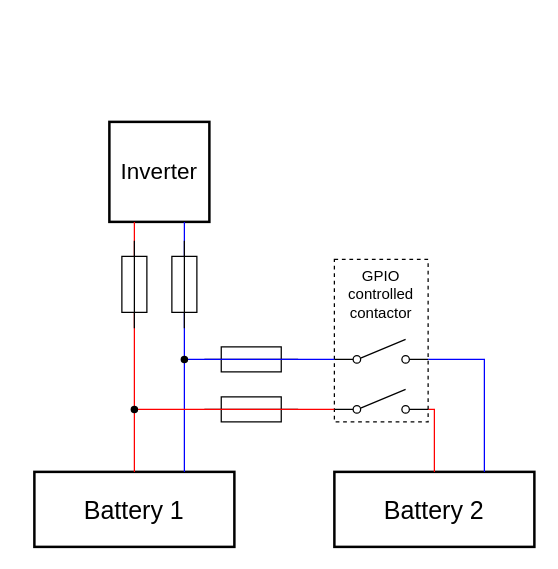
Earlier version of the draw.io diagram be_battery_2x.drawio (nagyrobi/files). Source tidied: cells renumbered, new cells numbered last; positions are measured from the earlier drawing's top-left corner, leaving out a move shared by most shapes. Both pictures are drawn from the tidied source at 125%, with x=0, y=0 at pixel (34, 121).
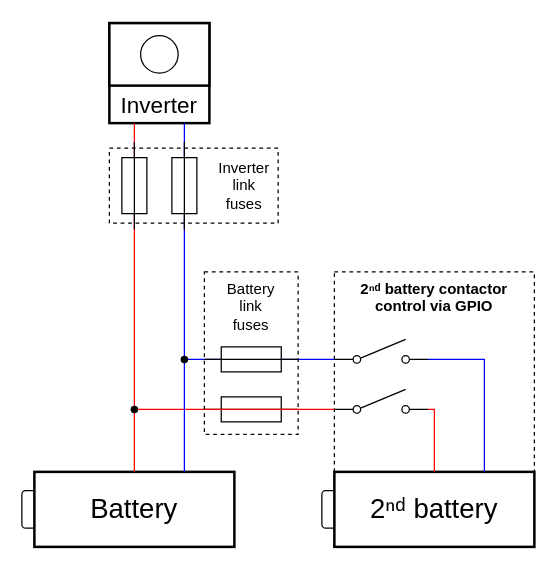
Above is the later version.

Change to the diagram source:
```diff
@@
+    <mxCell id="17" value="2ⁿᵈ battery contactor control via GPIO" style="rounded=0;whiteSpace=wrap;html=1;fillColor=none;verticalAlign=top;dashed=1;fontStyle=1;fontFamily=Helvetica;" parent="1" vertex="1">
+      <mxGeometry x="240" y="120" width="160" height="220" as="geometry" />
+    </mxCell>
+    <mxCell id="22" style="rounded=1;whiteSpace=wrap;html=1;fontFamily=Helvetica;" parent="1" vertex="1">
+      <mxGeometry x="230" y="295" width="20" height="30" as="geometry" />
+    </mxCell>
+    <mxCell id="23" style="rounded=1;whiteSpace=wrap;html=1;fontFamily=Helvetica;" parent="1" vertex="1">
+      <mxGeometry x="-10" y="295" width="20" height="30" as="geometry" />
+    </mxCell>
-    <mxCell id="2" value="Inverter" style="whiteSpace=wrap;html=1;strokeWidth=2;fontSize=18;" parent="1" vertex="1">
-      <mxGeometry x="60" width="80" height="80" as="geometry" />
+    <mxCell id="2" value="Inverter" style="whiteSpace=wrap;html=1;strokeWidth=2;fontSize=18;verticalAlign=bottom;fontFamily=Helvetica;" parent="1" vertex="1">
+      <mxGeometry x="60" y="-79" width="80" height="80" as="geometry" />
     </mxCell>
-    <mxCell id="3" value="Battery 1" style="rounded=0;whiteSpace=wrap;html=1;strokeWidth=2;fontSize=20;" parent="1" vertex="1">
+    <mxCell id="3" value="Battery" style="rounded=0;whiteSpace=wrap;html=1;strokeWidth=2;fontSize=22;fontFamily=Helvetica;" parent="1" vertex="1">
       <mxGeometry y="280" width="160" height="60" as="geometry" />
     </mxCell>
-    <mxCell id="4" value="Battery 2" style="rounded=0;whiteSpace=wrap;html=1;strokeWidth=2;fontSize=20;" parent="1" vertex="1">
+    <mxCell id="4" value="2ⁿᵈ battery" style="rounded=0;whiteSpace=wrap;html=1;strokeWidth=2;fontSize=22;fontFamily=Helvetica;" parent="1" vertex="1">
       <mxGeometry x="240" y="280" width="160" height="60" as="geometry" />
     </mxCell>
-    <mxCell id="5" style="endArrow=none;html=1;rounded=0;entryX=0.25;entryY=1;entryDx=0;entryDy=0;exitX=0.5;exitY=0;exitDx=0;exitDy=0;edgeStyle=orthogonalEdgeStyle;strokeColor=light-dark(#FF0000,#5E5C64);" parent="1" edge="1" source="3" target="2">
+    <mxCell id="5" style="endArrow=none;html=1;rounded=0;entryX=0.25;entryY=1;entryDx=0;entryDy=0;exitX=0.5;exitY=0;exitDx=0;exitDy=0;edgeStyle=orthogonalEdgeStyle;strokeColor=light-dark(#FF0000,#5E5C64);fontFamily=Helvetica;" parent="1" edge="1" source="3" target="2">
       <mxGeometry relative="1" as="geometry" />
     </mxCell>
-    <mxCell id="6" style="endArrow=none;html=1;rounded=0;entryX=0.75;entryY=1;entryDx=0;entryDy=0;exitX=0.75;exitY=0;exitDx=0;exitDy=0;strokeColor=#0000FF;" parent="1" edge="1" source="3" target="2">
+    <mxCell id="6" style="endArrow=none;html=1;rounded=0;entryX=0.75;entryY=1;entryDx=0;entryDy=0;exitDx=0;exitDy=0;strokeColor=#0000FF;fontFamily=Helvetica;" parent="1" edge="1" source="27" target="2">
       <mxGeometry relative="1" as="geometry" />
     </mxCell>
-    <mxCell id="7" style="endArrow=none;html=1;rounded=0;exitDx=0;exitDy=0;edgeStyle=orthogonalEdgeStyle;strokeColor=#0000FF;" parent="1" edge="1" source="21">
+    <mxCell id="7" style="endArrow=none;html=1;rounded=0;exitX=0;exitY=0.8;exitDx=0;exitDy=0;edgeStyle=orthogonalEdgeStyle;strokeColor=#0000FF;fontFamily=Helvetica;" parent="1" edge="1" source="10">
       <mxGeometry relative="1" as="geometry">
         <mxPoint x="120" y="190" as="targetPoint" />
       </mxGeometry>
     </mxCell>
-    <mxCell id="8" style="endArrow=none;html=1;rounded=0;exitDx=0;exitDy=0;edgeStyle=orthogonalEdgeStyle;strokeColor=#FF0000;" parent="1" edge="1" source="19">
+    <mxCell id="8" style="endArrow=none;html=1;rounded=0;exitDx=0;exitDy=0;edgeStyle=orthogonalEdgeStyle;strokeColor=#FF0000;fontFamily=Helvetica;" parent="1" edge="1" source="25">
       <mxGeometry relative="1" as="geometry">
         <mxPoint x="80" y="230" as="targetPoint" />
       </mxGeometry>
     </mxCell>
-    <mxCell id="9" style="html=1;shape=mxgraph.electrical.electro-mechanical.singleSwitch;elSwitchState=off;" parent="1" vertex="1">
+    <mxCell id="9" style="html=1;shape=mxgraph.electrical.electro-mechanical.singleSwitch;elSwitchState=off;fontFamily=Helvetica;" parent="1" vertex="1">
       <mxGeometry x="240" y="214" width="75" height="20" as="geometry" />
     </mxCell>
-    <mxCell id="10" style="html=1;shape=mxgraph.electrical.electro-mechanical.singleSwitch;elSwitchState=off;" parent="1" vertex="1">
+    <mxCell id="10" style="html=1;shape=mxgraph.electrical.electro-mechanical.singleSwitch;elSwitchState=off;fontFamily=Helvetica;" parent="1" vertex="1">
       <mxGeometry x="240" y="174" width="75" height="20" as="geometry" />
     </mxCell>
-    <mxCell id="11" style="endArrow=none;html=1;rounded=0;entryX=0.5;entryY=0;entryDx=0;entryDy=0;edgeStyle=orthogonalEdgeStyle;strokeColor=#FF0000;exitX=1;exitY=0.8;exitDx=0;exitDy=0;" parent="1" edge="1" source="9" target="4">
+    <mxCell id="11" style="endArrow=none;html=1;rounded=0;entryX=0.5;entryY=0;entryDx=0;entryDy=0;edgeStyle=orthogonalEdgeStyle;strokeColor=#FF0000;exitX=1;exitY=0.8;exitDx=0;exitDy=0;fontFamily=Helvetica;" parent="1" edge="1" source="9" target="4">
       <mxGeometry relative="1" as="geometry">
         <Array as="points">
           <mxPoint x="320" y="230" />
         </Array>
       </mxGeometry>
     </mxCell>
-    <mxCell id="12" style="endArrow=none;html=1;rounded=0;entryX=1;entryY=0.8;entryDx=0;entryDy=0;exitX=0.75;exitY=0;exitDx=0;exitDy=0;edgeStyle=orthogonalEdgeStyle;strokeColor=#0000FF;" parent="1" edge="1" source="4" target="10">
+    <mxCell id="12" style="endArrow=none;html=1;rounded=0;entryX=1;entryY=0.8;entryDx=0;entryDy=0;exitX=0.75;exitY=0;exitDx=0;exitDy=0;edgeStyle=orthogonalEdgeStyle;strokeColor=#0000FF;fontFamily=Helvetica;" parent="1" edge="1" source="4" target="10">
       <mxGeometry relative="1" as="geometry" />
     </mxCell>
-    <mxCell id="13" style="verticalLabelPosition=bottom;shadow=0;dashed=0;align=center;html=1;verticalAlign=top;shape=mxgraph.electrical.miscellaneous.fuse_2;" parent="1" vertex="1">
+    <mxCell id="13" style="verticalLabelPosition=bottom;shadow=0;dashed=0;align=center;html=1;verticalAlign=top;shape=mxgraph.electrical.miscellaneous.fuse_2;fontFamily=Helvetica;" parent="1" vertex="1">
       <mxGeometry x="136" y="180" width="75" height="20" as="geometry" />
     </mxCell>
-    <mxCell id="14" style="verticalLabelPosition=bottom;shadow=0;dashed=0;align=center;html=1;verticalAlign=top;shape=mxgraph.electrical.miscellaneous.fuse_2;" parent="1" vertex="1">
+    <mxCell id="14" style="verticalLabelPosition=bottom;shadow=0;dashed=0;align=center;html=1;verticalAlign=top;shape=mxgraph.electrical.miscellaneous.fuse_2;fontFamily=Helvetica;" parent="1" vertex="1">
       <mxGeometry x="136" y="220" width="75" height="20" as="geometry" />
     </mxCell>
-    <mxCell id="15" style="verticalLabelPosition=bottom;shadow=0;dashed=0;align=center;html=1;verticalAlign=top;shape=mxgraph.electrical.miscellaneous.fuse_2;rotation=90;" parent="1" vertex="1">
-      <mxGeometry x="45" y="120" width="70" height="20" as="geometry" />
+    <mxCell id="15" style="verticalLabelPosition=bottom;shadow=0;dashed=0;align=center;html=1;verticalAlign=top;shape=mxgraph.electrical.miscellaneous.fuse_2;rotation=90;fontFamily=Helvetica;" parent="1" vertex="1">
+      <mxGeometry x="45" y="41" width="70" height="20" as="geometry" />
     </mxCell>
-    <mxCell id="16" style="verticalLabelPosition=bottom;shadow=0;dashed=0;align=center;html=1;verticalAlign=top;shape=mxgraph.electrical.miscellaneous.fuse_2;rotation=90;" parent="1" vertex="1">
-      <mxGeometry x="85" y="120" width="70" height="20" as="geometry" />
+    <mxCell id="16" style="verticalLabelPosition=bottom;shadow=0;dashed=0;align=center;html=1;verticalAlign=top;shape=mxgraph.electrical.miscellaneous.fuse_2;rotation=90;fontFamily=Helvetica;" parent="1" vertex="1">
+      <mxGeometry x="85" y="41" width="70" height="20" as="geometry" />
     </mxCell>
-    <mxCell id="17" value="GPIO controlled contactor" style="rounded=0;whiteSpace=wrap;html=1;fillColor=none;verticalAlign=top;dashed=1;" parent="1" vertex="1">
-      <mxGeometry x="240" y="110" width="75" height="130" as="geometry" />
-    </mxCell>
-    <mxCell id="18" style="endArrow=none;html=1;rounded=0;exitX=0;exitY=0.8;exitDx=0;exitDy=0;edgeStyle=orthogonalEdgeStyle;strokeColor=#FF0000;" parent="1" edge="1" source="9" target="19">
-      <mxGeometry relative="1" as="geometry" />
-    </mxCell>
-    <mxCell id="19" style="shape=waypoint;sketch=0;fillStyle=solid;size=6;points=[];fillColor=none;perimeter=centerPerimeter;snapToPoint=1;" parent="1" vertex="1">
-      <mxGeometry x="70" y="220" width="20" height="20" as="geometry" />
-    </mxCell>
-    <mxCell id="20" style="endArrow=none;html=1;rounded=0;exitX=0;exitY=0.8;exitDx=0;exitDy=0;edgeStyle=orthogonalEdgeStyle;strokeColor=#0000FF;" parent="1" edge="1" source="10" target="21">
-      <mxGeometry relative="1" as="geometry" />
-    </mxCell>
-    <mxCell id="21" style="shape=waypoint;sketch=0;fillStyle=solid;size=6;points=[];fillColor=none;perimeter=centerPerimeter;snapToPoint=1;" parent="1" vertex="1">
-      <mxGeometry x="110" y="180" width="20" height="20" as="geometry" />
-    </mxCell>
+    <mxCell id="24" style="endArrow=none;html=1;rounded=0;exitX=0;exitY=0.8;exitDx=0;exitDy=0;edgeStyle=orthogonalEdgeStyle;strokeColor=#FF0000;fontFamily=Helvetica;" parent="1" edge="1" source="9" target="25">
+      <mxGeometry relative="1" as="geometry" />
+    </mxCell>
+    <mxCell id="25" style="shape=waypoint;sketch=0;fillStyle=solid;size=6;points=[];fillColor=none;perimeter=centerPerimeter;snapToPoint=1;fontFamily=Helvetica;" parent="1" vertex="1">
+      <mxGeometry x="70" y="220" width="20" height="20" as="geometry" />
+    </mxCell>
+    <mxCell id="26" style="endArrow=none;html=1;rounded=0;entryDx=0;entryDy=0;exitX=0.75;exitY=0;exitDx=0;exitDy=0;strokeColor=#0000FF;fontFamily=Helvetica;" parent="1" edge="1" source="3" target="27">
+      <mxGeometry relative="1" as="geometry" />
+    </mxCell>
+    <mxCell id="27" style="shape=waypoint;sketch=0;fillStyle=solid;size=6;points=[];fillColor=none;perimeter=centerPerimeter;snapToPoint=1;fontFamily=Helvetica;" parent="1" vertex="1">
+      <mxGeometry x="110" y="180" width="20" height="20" as="geometry" />
+    </mxCell>
+    <mxCell id="28" style="rounded=0;whiteSpace=wrap;html=1;strokeWidth=2;fontFamily=Helvetica;" parent="1" vertex="1">
+      <mxGeometry x="60" y="-79" width="80" height="50" as="geometry" />
+    </mxCell>
+    <mxCell id="29" style="ellipse;whiteSpace=wrap;html=1;shapeInside=1;fontFamily=Helvetica;" parent="1" vertex="1">
+      <mxGeometry x="85" y="-69" width="30" height="30" as="geometry" />
+    </mxCell>
+    <mxCell id="30" style="rounded=0;whiteSpace=wrap;html=1;fillColor=none;dashed=1;align=left;labelPosition=right;verticalLabelPosition=middle;verticalAlign=middle;fontFamily=Helvetica;" parent="1" vertex="1">
+      <mxGeometry x="60" y="21" width="135" height="60" as="geometry" />
+    </mxCell>
+    <mxCell id="31" value="&lt;div&gt;Battery&lt;/div&gt;&lt;div&gt;link&lt;/div&gt;&lt;div&gt;fuses&lt;/div&gt;" style="rounded=0;whiteSpace=wrap;html=1;fillColor=none;strokeColor=default;dashed=1;labelPosition=center;verticalLabelPosition=middle;align=center;verticalAlign=top;fontFamily=Helvetica;" parent="1" vertex="1">
+      <mxGeometry x="136" y="120" width="75" height="130" as="geometry" />
+    </mxCell>
+    <mxCell id="32" value="&lt;div&gt;Inverter&lt;/div&gt;&lt;div&gt;link&lt;/div&gt;&lt;div&gt;fuses&lt;/div&gt;" style="rounded=0;whiteSpace=wrap;html=1;fillColor=none;strokeColor=none;fontFamily=Helvetica;" parent="1" vertex="1">
+      <mxGeometry x="136" y="21" width="64" height="60" as="geometry" />
+    </mxCell>
```
